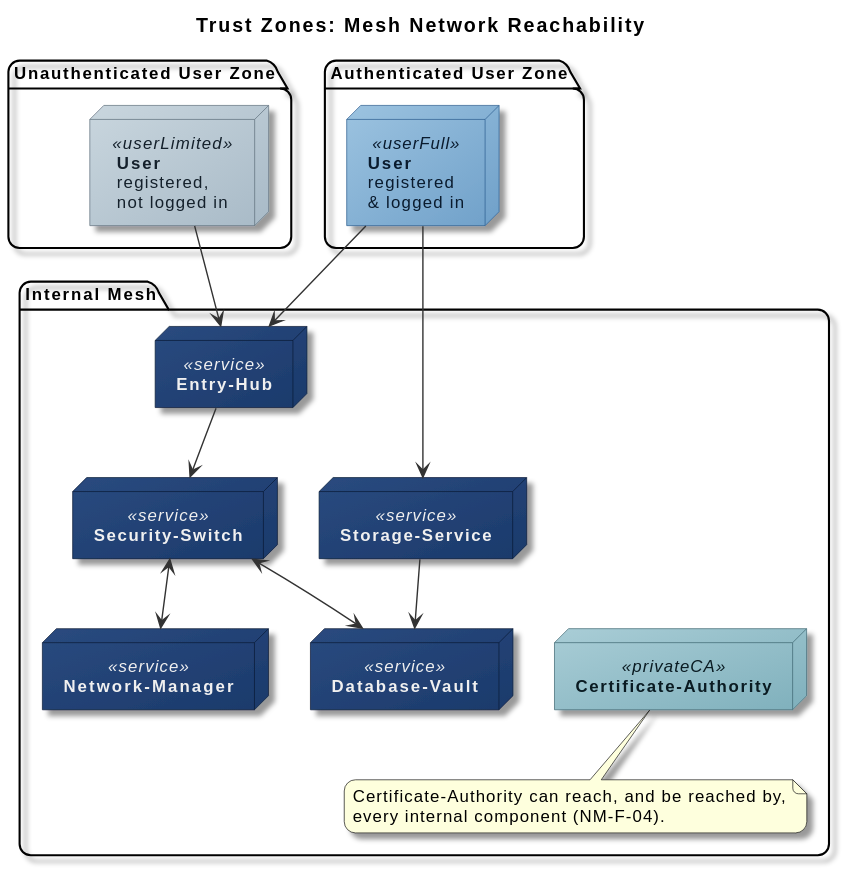
Earlier version of the PlantUML export docs/design/diagrams/rendered/09-security-trust-zones.svg (Verryx-02/RAM-USB). Its diagram source:
```plantuml
@startuml
!include _style.puml

title Trust Zones: Mesh Network Reachability

skinparam nodesep 30
skinparam ranksep 50
skinparam ArrowFontSize 11

skinparam node<<userLimited>> {
  BackgroundColor #C9D6DE/#A8BAC7
  BorderColor #5C6E7A
  FontColor #14202B
}
skinparam node<<userFull>> {
  BackgroundColor #9CC3E0/#6FA0C9
  BorderColor #2C5C8F
  FontColor #0A1B2E
}

skinparam node<<privateCA>> {
  BackgroundColor #A9CDD6/#7FB0BC
  BorderColor #3D6570
  FontColor #0A1B22
}

package "Unauthenticated User Zone" {
  node "**User**\nregistered,\nnot logged in" as UnauthUser <<userLimited>>
}

package "Authenticated User Zone" {
  node "**User**\nregistered\n& logged in" as AuthUser <<userFull>>
}

UnauthUser -[hidden]right- AuthUser

package "Internal Mesh" {
  node "**Entry-Hub**" as EntryHub <<service>>
  node "**Storage-Service**" as StorageService <<service>>
  node "**Security-Switch**" as SecuritySwitch <<service>>
  node "**Database-Vault**" as DatabaseVault <<service>>
  node "**Network-Manager**" as NetworkManager <<service>>
  node "**Certificate-Authority**" as CA <<privateCA>>

  EntryHub -[hidden]right- StorageService
  SecuritySwitch -[hidden]right- DatabaseVault
  DatabaseVault -[hidden]right- NetworkManager
  NetworkManager -[hidden]right- CA

  note bottom of CA
    Certificate-Authority can reach, and be reached by,
    every internal component (NM-F-04).
  end note
}

UnauthUser --> EntryHub
AuthUser --> EntryHub
AuthUser --> StorageService

EntryHub --> SecuritySwitch
StorageService --> DatabaseVault
SecuritySwitch <--> DatabaseVault
SecuritySwitch <--> NetworkManager
@enduml
```
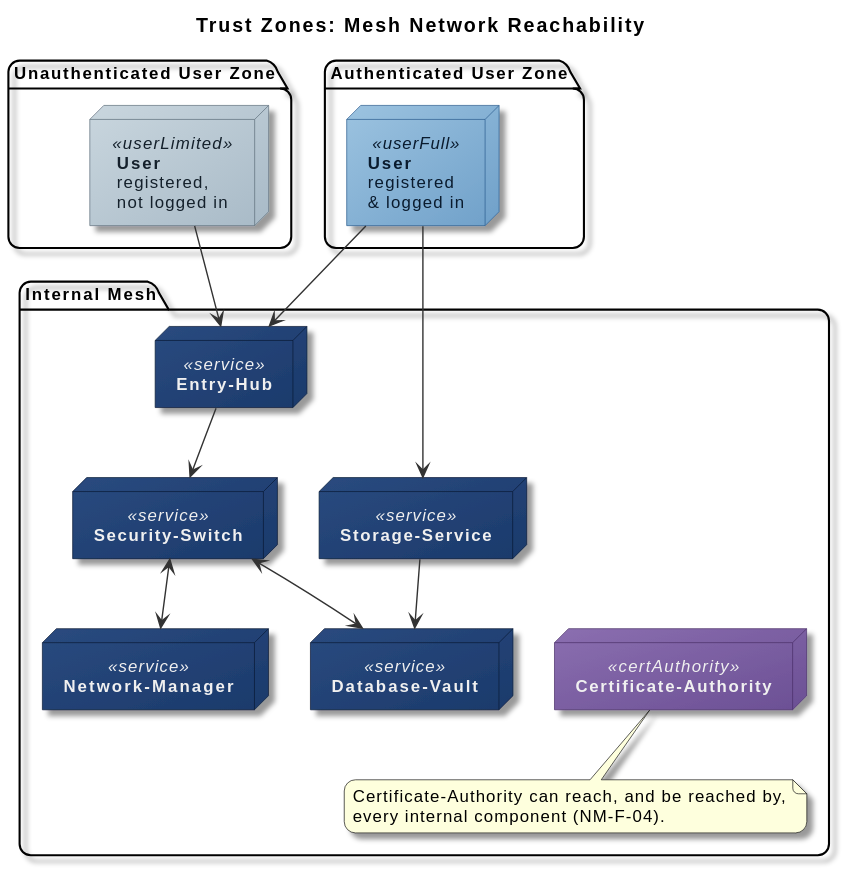
The same file after the commit.

Commit message:
fix(project): give Certificate-Authority a dedicated stereotype distinct from monitoring infrastructure

What changed in the source:
```diff
@@ -18,11 +18,6 @@
   FontColor #0A1B2E
 }
 
-skinparam node<<privateCA>> {
-  BackgroundColor #A9CDD6/#7FB0BC
-  BorderColor #3D6570
-  FontColor #0A1B22
-}
 
 package "Unauthenticated User Zone" {
   node "**User**\nregistered,\nnot logged in" as UnauthUser <<userLimited>>
@@ -40,7 +35,7 @@
   node "**Security-Switch**" as SecuritySwitch <<service>>
   node "**Database-Vault**" as DatabaseVault <<service>>
   node "**Network-Manager**" as NetworkManager <<service>>
-  node "**Certificate-Authority**" as CA <<privateCA>>
+  node "**Certificate-Authority**" as CA <<certAuthority>>
 
   EntryHub -[hidden]right- StorageService
   SecuritySwitch -[hidden]right- DatabaseVault
```
